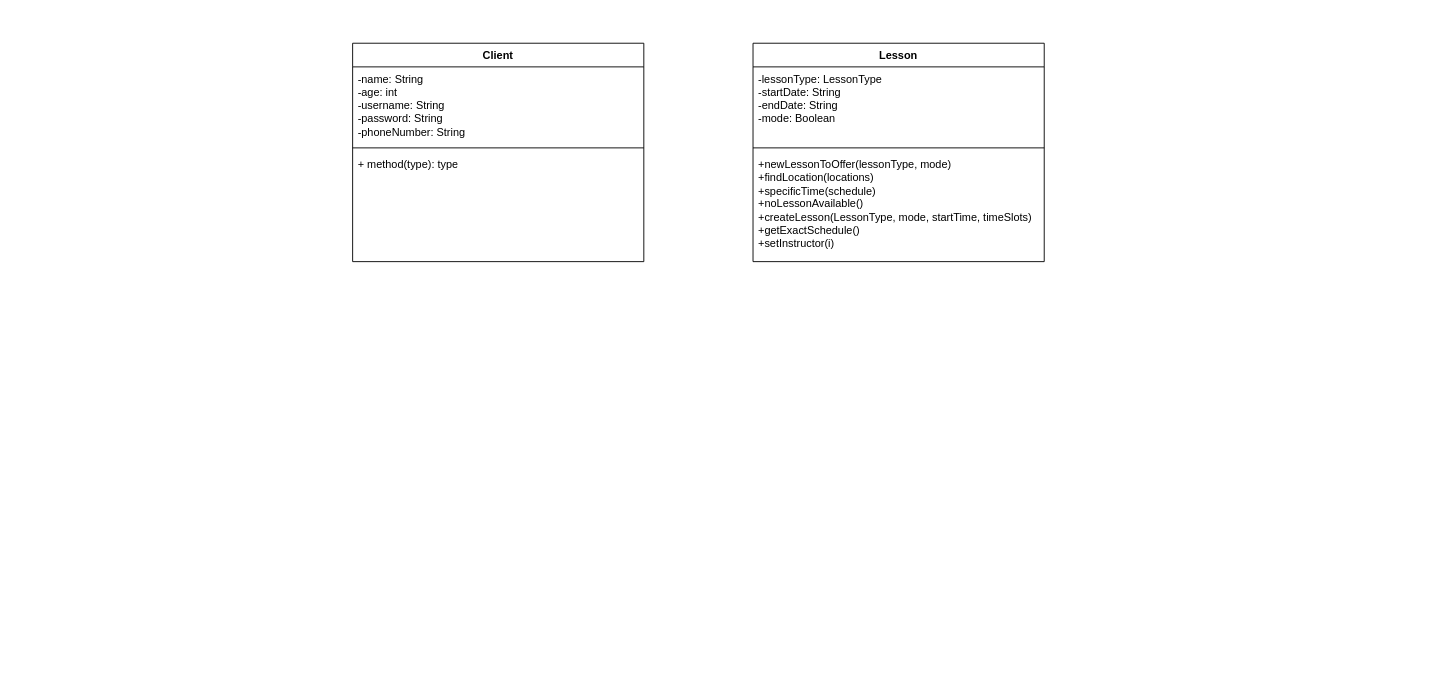
Earlier version of the draw.io diagram Diagrams/ClassDiagram.drawio (JeremyCrete/Soen342-JeremyCrete-DominicEmond). Source tidied: cells renumbered, new cells numbered last; positions are measured from the earlier drawing's top-left corner, leaving out a move shared by most shapes. Both pictures are drawn from the tidied source at 91%, with x=0, y=0 at pixel (352, 43).
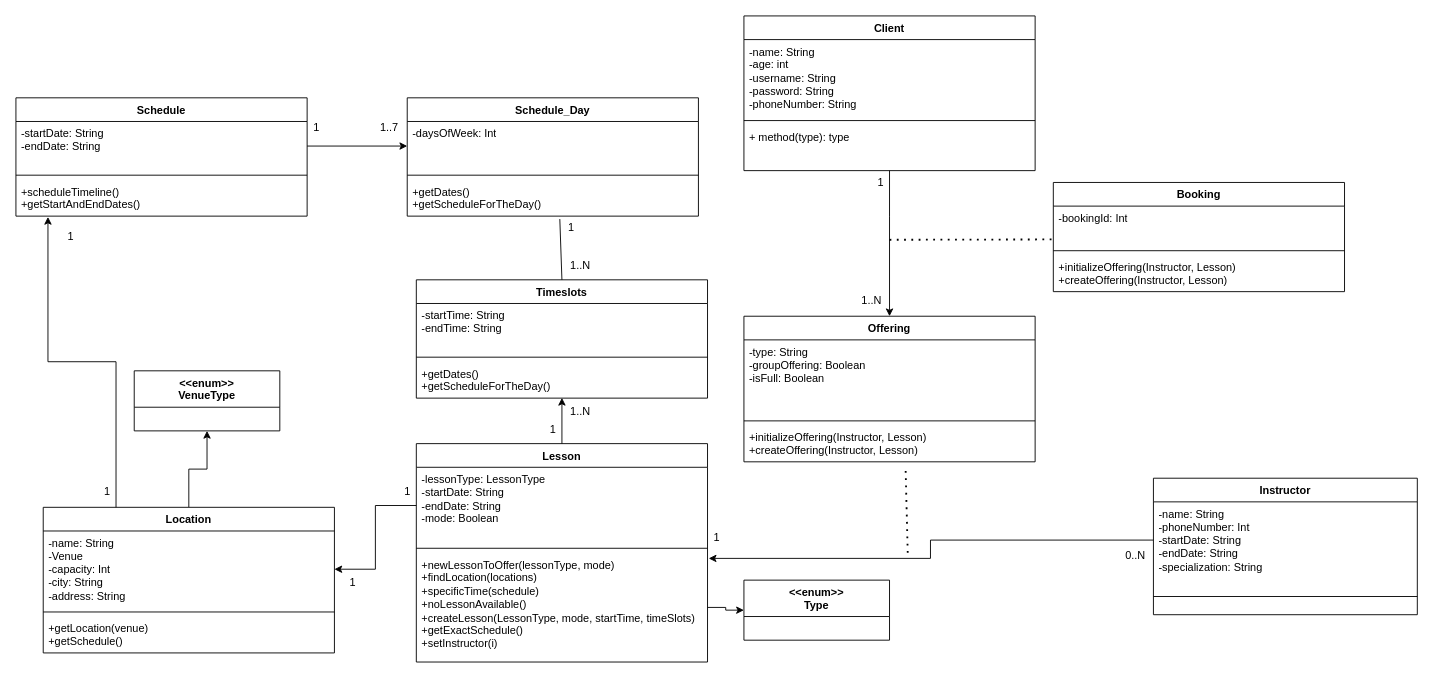
After the change.

Unchanged cells that the change refers to:
```xml
<mxCell id="7" value="-lessonType: LessonType&lt;div&gt;-startDate: String&lt;/div&gt;&lt;div&gt;-endDate: String&lt;br&gt;&lt;div&gt;-mode: Boolean&lt;/div&gt;&lt;/div&gt;" style="text;strokeColor=none;fillColor=none;align=left;verticalAlign=top;spacingLeft=4;spacingRight=4;overflow=hidden;points=[[0,0.5],[1,0.5]];portConstraint=eastwest;whiteSpace=wrap;html=1;" parent="6" vertex="1">
  <mxGeometry y="26" width="320" height="84" as="geometry" />
</mxCell>
<mxCell id="9" value="+newLessonToOffer(lessonType, mode)&lt;div&gt;+findLocation(locations)&lt;/div&gt;&lt;div&gt;+specificTime(schedule)&lt;/div&gt;&lt;div&gt;+noLessonAvailable()&lt;/div&gt;&lt;div&gt;+createLesson(LessonType, mode, startTime, timeSlots)&lt;/div&gt;&lt;div&gt;+getExactSchedule()&lt;/div&gt;&lt;div&gt;+setInstructor(i)&lt;/div&gt;" style="text;strokeColor=none;fillColor=none;align=left;verticalAlign=top;spacingLeft=4;spacingRight=4;overflow=hidden;points=[[0,0.5],[1,0.5]];portConstraint=eastwest;whiteSpace=wrap;html=1;" parent="6" vertex="1">
  <mxGeometry y="120" width="320" height="120" as="geometry" />
</mxCell>
```

Diff of the diagram source:
```diff
@@
+    <mxCell id="10" style="edgeStyle=orthogonalEdgeStyle;rounded=0;jettySize=auto;html=1;entryX=0.5;entryY=0;entryDx=0;entryDy=0;" parent="1" edge="1" source="2" target="20">
+      <mxGeometry relative="1" as="geometry">
+        <Array as="points">
+          <mxPoint x="590" y="190" />
+          <mxPoint x="590" y="190" />
+        </Array>
+      </mxGeometry>
+    </mxCell>
     <mxCell id="2" value="Client" style="swimlane;fontStyle=1;align=center;verticalAlign=top;horizontal=1;startSize=26;whiteSpace=wrap;html=1;" parent="1" vertex="1">
-      <mxGeometry width="320" height="240" as="geometry" />
+      <mxGeometry x="430" y="-30" width="320" height="170" as="geometry" />
     </mxCell>
@@
     <mxCell id="5" value="+ method(type): type" style="text;strokeColor=none;fillColor=none;align=left;verticalAlign=top;spacingLeft=4;spacingRight=4;overflow=hidden;whiteSpace=wrap;html=1;" parent="2" vertex="1">
-      <mxGeometry y="120" width="320" height="120" as="geometry" />
+      <mxGeometry y="120" width="320" height="50" as="geometry" />
     </mxCell>
     <mxCell id="6" value="Lesson" style="swimlane;fontStyle=1;align=center;verticalAlign=top;horizontal=1;startSize=26;whiteSpace=wrap;html=1;" parent="1" vertex="1">
-      <mxGeometry x="440" width="320" height="240" as="geometry" />
+      <mxGeometry x="70" y="440" width="320" height="240" as="geometry" />
     </mxCell>
@@
+    <mxCell id="11" style="edgeStyle=orthogonalEdgeStyle;rounded=0;jettySize=auto;html=1;exitX=0.5;exitY=0;exitDx=0;exitDy=0;entryX=0.5;entryY=1;entryDx=0;entryDy=0;" parent="1" edge="1" source="12" target="24">
+      <mxGeometry relative="1" as="geometry" />
+    </mxCell>
+    <mxCell id="12" value="Location" style="swimlane;fontStyle=1;align=center;verticalAlign=top;horizontal=1;startSize=26;whiteSpace=wrap;html=1;" parent="1" vertex="1">
+      <mxGeometry x="-340" y="510" width="320" height="160" as="geometry" />
+    </mxCell>
+    <mxCell id="13" value="-name: String&lt;div&gt;-Venue&lt;/div&gt;&lt;div&gt;-capacity: Int&lt;br&gt;&lt;div&gt;-city: String&lt;br&gt;&lt;div&gt;-address: String&lt;/div&gt;&lt;/div&gt;&lt;/div&gt;" style="text;strokeColor=none;fillColor=none;align=left;verticalAlign=top;spacingLeft=4;spacingRight=4;overflow=hidden;points=[[0,0.5],[1,0.5]];portConstraint=eastwest;whiteSpace=wrap;html=1;" parent="12" vertex="1">
+      <mxGeometry y="26" width="320" height="84" as="geometry" />
+    </mxCell>
+    <mxCell id="14" style="line;strokeWidth=1;fillColor=none;align=left;verticalAlign=middle;spacingTop=-1;spacingLeft=3;spacingRight=3;labelPosition=right;strokeColor=inherit;" parent="12" vertex="1">
+      <mxGeometry y="110" width="320" height="10" as="geometry" />
+    </mxCell>
+    <mxCell id="15" value="+getLocation(venue)&lt;div&gt;+getSchedule()&lt;/div&gt;" style="text;strokeColor=none;fillColor=none;align=left;verticalAlign=top;spacingLeft=4;spacingRight=4;overflow=hidden;whiteSpace=wrap;html=1;" parent="12" vertex="1">
+      <mxGeometry y="120" width="320" height="40" as="geometry" />
+    </mxCell>
+    <mxCell id="16" value="Booking" style="swimlane;fontStyle=1;align=center;verticalAlign=top;horizontal=1;startSize=26;whiteSpace=wrap;html=1;" parent="1" vertex="1">
+      <mxGeometry x="770" y="153" width="320" height="120" as="geometry" />
+    </mxCell>
+    <mxCell id="17" value="-bookingId: Int" style="text;strokeColor=none;fillColor=none;align=left;verticalAlign=top;spacingLeft=4;spacingRight=4;overflow=hidden;points=[[0,0.5],[1,0.5]];portConstraint=eastwest;whiteSpace=wrap;html=1;" parent="16" vertex="1">
+      <mxGeometry y="26" width="320" height="44" as="geometry" />
+    </mxCell>
+    <mxCell id="18" style="line;strokeWidth=1;fillColor=none;align=left;verticalAlign=middle;spacingTop=-1;spacingLeft=3;spacingRight=3;labelPosition=right;strokeColor=inherit;" parent="16" vertex="1">
+      <mxGeometry y="70" width="320" height="10" as="geometry" />
+    </mxCell>
+    <mxCell id="19" value="+initializeOffering(Instructor, Lesson)&lt;div&gt;+createOffering(Instructor, Lesson)&lt;/div&gt;" style="text;strokeColor=none;fillColor=none;align=left;verticalAlign=top;spacingLeft=4;spacingRight=4;overflow=hidden;whiteSpace=wrap;html=1;" parent="16" vertex="1">
+      <mxGeometry y="80" width="320" height="40" as="geometry" />
+    </mxCell>
+    <mxCell id="20" value="Offering" style="swimlane;fontStyle=1;align=center;verticalAlign=top;horizontal=1;startSize=26;whiteSpace=wrap;html=1;" parent="1" vertex="1">
+      <mxGeometry x="430" y="300" width="320" height="160" as="geometry" />
+    </mxCell>
+    <mxCell id="21" value="-type: String&lt;div&gt;-groupOffering: Boolean&lt;/div&gt;&lt;div&gt;-isFull: Boolean&lt;/div&gt;" style="text;strokeColor=none;fillColor=none;align=left;verticalAlign=top;spacingLeft=4;spacingRight=4;overflow=hidden;whiteSpace=wrap;html=1;" parent="20" vertex="1">
+      <mxGeometry y="26" width="320" height="84" as="geometry" />
+    </mxCell>
+    <mxCell id="22" style="line;strokeWidth=1;fillColor=none;align=left;verticalAlign=middle;spacingTop=-1;spacingLeft=3;spacingRight=3;labelPosition=right;strokeColor=inherit;" parent="20" vertex="1">
+      <mxGeometry y="110" width="320" height="10" as="geometry" />
+    </mxCell>
+    <mxCell id="23" value="+initializeOffering(Instructor, Lesson)&lt;div&gt;+createOffering(Instructor, Lesson)&lt;/div&gt;" style="text;strokeColor=none;fillColor=none;align=left;verticalAlign=top;spacingLeft=4;spacingRight=4;overflow=hidden;points=[[0,0.5],[1,0.5]];portConstraint=eastwest;whiteSpace=wrap;html=1;" parent="20" vertex="1">
+      <mxGeometry y="120" width="320" height="40" as="geometry" />
+    </mxCell>
+    <mxCell id="24" value="&amp;lt;&amp;lt;enum&amp;gt;&amp;gt;&lt;div&gt;VenueType&lt;br&gt;&lt;/div&gt;" style="swimlane;fontStyle=1;align=center;verticalAlign=top;horizontal=1;startSize=40;whiteSpace=wrap;html=1;" parent="1" vertex="1">
+      <mxGeometry x="-240" y="360" width="160" height="66" as="geometry" />
+    </mxCell>
+    <mxCell id="25" style="edgeStyle=orthogonalEdgeStyle;rounded=0;jettySize=auto;html=1;exitX=0;exitY=0.5;exitDx=0;exitDy=0;entryX=1;entryY=0.5;entryDx=0;entryDy=0;" parent="1" edge="1" source="7" target="13">
+      <mxGeometry relative="1" as="geometry" />
+    </mxCell>
+    <mxCell id="26" value="Schedule" style="swimlane;fontStyle=1;align=center;verticalAlign=top;horizontal=1;startSize=26;whiteSpace=wrap;html=1;" parent="1" vertex="1">
+      <mxGeometry x="-370" y="60" width="320" height="130" as="geometry" />
+    </mxCell>
+    <mxCell id="27" value="-startDate: String&lt;div&gt;-endDate: String&lt;/div&gt;" style="text;strokeColor=none;fillColor=none;align=left;verticalAlign=top;spacingLeft=4;spacingRight=4;overflow=hidden;points=[[0,0.5],[1,0.5]];portConstraint=eastwest;whiteSpace=wrap;html=1;" parent="26" vertex="1">
+      <mxGeometry y="26" width="320" height="54" as="geometry" />
+    </mxCell>
+    <mxCell id="28" style="line;strokeWidth=1;fillColor=none;align=left;verticalAlign=middle;spacingTop=-1;spacingLeft=3;spacingRight=3;labelPosition=right;strokeColor=inherit;" parent="26" vertex="1">
+      <mxGeometry y="80" width="320" height="10" as="geometry" />
+    </mxCell>
+    <mxCell id="29" value="+scheduleTimeline()&lt;div&gt;+getStartAndEndDates()&lt;/div&gt;" style="text;strokeColor=none;fillColor=none;align=left;verticalAlign=top;spacingLeft=4;spacingRight=4;overflow=hidden;points=[[0,0.5],[1,0.5]];portConstraint=eastwest;whiteSpace=wrap;html=1;" parent="26" vertex="1">
+      <mxGeometry y="90" width="320" height="40" as="geometry" />
+    </mxCell>
+    <mxCell id="30" value="Schedule_Day" style="swimlane;fontStyle=1;align=center;verticalAlign=top;horizontal=1;startSize=26;whiteSpace=wrap;html=1;" parent="1" vertex="1">
+      <mxGeometry x="60" y="60" width="320" height="130" as="geometry" />
+    </mxCell>
+    <mxCell id="31" value="-daysOfWeek: Int" style="text;strokeColor=none;fillColor=none;align=left;verticalAlign=top;spacingLeft=4;spacingRight=4;overflow=hidden;points=[[0,0.5],[1,0.5]];portConstraint=eastwest;whiteSpace=wrap;html=1;" parent="30" vertex="1">
+      <mxGeometry y="26" width="320" height="54" as="geometry" />
+    </mxCell>
+    <mxCell id="32" style="line;strokeWidth=1;fillColor=none;align=left;verticalAlign=middle;spacingTop=-1;spacingLeft=3;spacingRight=3;labelPosition=right;strokeColor=inherit;" parent="30" vertex="1">
+      <mxGeometry y="80" width="320" height="10" as="geometry" />
+    </mxCell>
+    <mxCell id="33" value="+getDates()&lt;div&gt;+getScheduleForTheDay()&lt;/div&gt;" style="text;strokeColor=none;fillColor=none;align=left;verticalAlign=top;spacingLeft=4;spacingRight=4;overflow=hidden;points=[[0,0.5],[1,0.5]];portConstraint=eastwest;whiteSpace=wrap;html=1;" parent="30" vertex="1">
+      <mxGeometry y="90" width="320" height="40" as="geometry" />
+    </mxCell>
+    <mxCell id="34" style="edgeStyle=orthogonalEdgeStyle;rounded=0;jettySize=auto;html=1;exitX=0.25;exitY=0;exitDx=0;exitDy=0;entryX=0.11;entryY=1.022;entryDx=0;entryDy=0;entryPerimeter=0;" parent="1" edge="1" source="12" target="29">
+      <mxGeometry relative="1" as="geometry" />
+    </mxCell>
+    <mxCell id="35" value="1" style="text;html=1;align=center;verticalAlign=middle;strokeColor=none;fillColor=none;" parent="1" vertex="1">
+      <mxGeometry x="-325" y="198" width="30" height="30" as="geometry" />
+    </mxCell>
+    <mxCell id="36" value="1" style="text;html=1;align=center;verticalAlign=middle;strokeColor=none;fillColor=none;" parent="1" vertex="1">
+      <mxGeometry x="-285" y="478" width="30" height="30" as="geometry" />
+    </mxCell>
+    <mxCell id="37" value="1" style="text;html=1;align=center;verticalAlign=middle;strokeColor=none;fillColor=none;" parent="1" vertex="1">
+      <mxGeometry x="-15" y="578" width="30" height="30" as="geometry" />
+    </mxCell>
+    <mxCell id="38" value="1" style="text;html=1;align=center;verticalAlign=middle;strokeColor=none;fillColor=none;" parent="1" vertex="1">
+      <mxGeometry x="45" y="478" width="30" height="30" as="geometry" />
+    </mxCell>
+    <mxCell id="39" style="edgeStyle=orthogonalEdgeStyle;rounded=0;jettySize=auto;html=1;exitX=1;exitY=0.5;exitDx=0;exitDy=0;" parent="1" edge="1" source="27" target="31">
+      <mxGeometry relative="1" as="geometry" />
+    </mxCell>
+    <mxCell id="40" value="1" style="text;html=1;align=center;verticalAlign=middle;strokeColor=none;fillColor=none;" parent="1" vertex="1">
+      <mxGeometry x="-55" y="78" width="30" height="30" as="geometry" />
+    </mxCell>
+    <mxCell id="41" value="1..7" style="text;html=1;align=center;verticalAlign=middle;strokeColor=none;fillColor=none;" parent="1" vertex="1">
+      <mxGeometry x="20" y="78" width="40" height="30" as="geometry" />
+    </mxCell>
+    <mxCell id="42" value="Timeslots" style="swimlane;fontStyle=1;align=center;verticalAlign=top;horizontal=1;startSize=26;whiteSpace=wrap;html=1;" parent="1" vertex="1">
+      <mxGeometry x="70" y="260" width="320" height="130" as="geometry" />
+    </mxCell>
+    <mxCell id="43" value="-startTime: String&lt;div&gt;-endTime: String&lt;/div&gt;" style="text;strokeColor=none;fillColor=none;align=left;verticalAlign=top;spacingLeft=4;spacingRight=4;overflow=hidden;whiteSpace=wrap;html=1;" parent="42" vertex="1">
+      <mxGeometry y="26" width="320" height="54" as="geometry" />
+    </mxCell>
+    <mxCell id="44" style="line;strokeWidth=1;fillColor=none;align=left;verticalAlign=middle;spacingTop=-1;spacingLeft=3;spacingRight=3;labelPosition=right;strokeColor=inherit;" parent="42" vertex="1">
+      <mxGeometry y="80" width="320" height="10" as="geometry" />
+    </mxCell>
+    <mxCell id="45" value="+getDates()&lt;div&gt;+getScheduleForTheDay()&lt;/div&gt;" style="text;strokeColor=none;fillColor=none;align=left;verticalAlign=top;spacingLeft=4;spacingRight=4;overflow=hidden;points=[[0,0.5],[1,0.5]];portConstraint=eastwest;whiteSpace=wrap;html=1;" parent="42" vertex="1">
+      <mxGeometry y="90" width="320" height="40" as="geometry" />
+    </mxCell>
+    <mxCell id="46" style="endArrow=none;html=1;rounded=0;exitX=0.5;exitY=0;exitDx=0;exitDy=0;entryX=0.524;entryY=1.081;entryDx=0;entryDy=0;entryPerimeter=0;" parent="1" edge="1" source="42" target="33">
+      <mxGeometry relative="1" as="geometry" />
+    </mxCell>
+    <mxCell id="47" value="1..N" style="text;html=1;align=center;verticalAlign=middle;strokeColor=none;fillColor=none;" parent="1" vertex="1">
+      <mxGeometry x="225" y="230" width="50" height="30" as="geometry" />
+    </mxCell>
+    <mxCell id="48" value="1" style="text;html=1;align=center;verticalAlign=middle;strokeColor=none;fillColor=none;" parent="1" vertex="1">
+      <mxGeometry x="225" y="188" width="30" height="30" as="geometry" />
+    </mxCell>
+    <mxCell id="49" style="edgeStyle=orthogonalEdgeStyle;rounded=0;jettySize=auto;html=1;exitX=0.5;exitY=0;exitDx=0;exitDy=0;entryX=0.5;entryY=0.993;entryDx=0;entryDy=0;entryPerimeter=0;" parent="1" edge="1" source="6" target="45">
+      <mxGeometry relative="1" as="geometry" />
+    </mxCell>
+    <mxCell id="50" value="1..N" style="text;html=1;align=center;verticalAlign=middle;strokeColor=none;fillColor=none;" parent="1" vertex="1">
+      <mxGeometry x="225" y="390" width="50" height="30" as="geometry" />
+    </mxCell>
+    <mxCell id="51" value="1" style="text;html=1;align=center;verticalAlign=middle;strokeColor=none;fillColor=none;" parent="1" vertex="1">
+      <mxGeometry x="205" y="410" width="30" height="30" as="geometry" />
+    </mxCell>
+    <mxCell id="52" value="&amp;lt;&amp;lt;enum&amp;gt;&amp;gt;&lt;div&gt;Type&lt;/div&gt;" style="swimlane;fontStyle=1;align=center;verticalAlign=top;horizontal=1;startSize=40;whiteSpace=wrap;html=1;" parent="1" vertex="1">
+      <mxGeometry x="430" y="590" width="160" height="66" as="geometry" />
+    </mxCell>
+    <mxCell id="53" style="edgeStyle=orthogonalEdgeStyle;rounded=0;jettySize=auto;html=1;exitX=1;exitY=0.5;exitDx=0;exitDy=0;entryX=0;entryY=0.5;entryDx=0;entryDy=0;" parent="1" edge="1" source="9" target="52">
+      <mxGeometry relative="1" as="geometry" />
+    </mxCell>
+    <mxCell id="54" value="1" style="text;html=1;align=center;verticalAlign=middle;strokeColor=none;fillColor=none;" parent="1" vertex="1">
+      <mxGeometry x="565" y="138" width="30" height="30" as="geometry" />
+    </mxCell>
+    <mxCell id="55" value="1..N" style="text;html=1;align=center;verticalAlign=middle;strokeColor=none;fillColor=none;" parent="1" vertex="1">
+      <mxGeometry x="545" y="268" width="50" height="30" as="geometry" />
+    </mxCell>
+    <mxCell id="56" style="endArrow=none;dashed=1;html=1;dashPattern=1 3;strokeWidth=2;rounded=0;entryX=-0.004;entryY=0.832;entryDx=0;entryDy=0;entryPerimeter=0;" parent="1" edge="1" target="17">
+      <mxGeometry relative="1" as="geometry">
+        <mxPoint x="590" y="216" as="sourcePoint" />
+      </mxGeometry>
+    </mxCell>
+    <mxCell id="57" value="Instructor" style="swimlane;fontStyle=1;align=center;verticalAlign=top;horizontal=1;startSize=26;whiteSpace=wrap;html=1;" parent="1" vertex="1">
+      <mxGeometry x="880" y="478" width="290" height="150" as="geometry" />
+    </mxCell>
+    <mxCell id="58" value="-name: String&lt;div&gt;-phoneNumber: Int&lt;/div&gt;&lt;div&gt;-startDate: String&lt;/div&gt;&lt;div&gt;-endDate: String&lt;/div&gt;&lt;div&gt;-specialization: String&lt;/div&gt;" style="text;strokeColor=none;fillColor=none;align=left;verticalAlign=top;spacingLeft=4;spacingRight=4;overflow=hidden;points=[[0,0.5],[1,0.5]];portConstraint=eastwest;whiteSpace=wrap;html=1;" parent="57" vertex="1">
+      <mxGeometry y="26" width="290" height="84" as="geometry" />
+    </mxCell>
+    <mxCell id="59" style="line;strokeWidth=1;fillColor=none;align=left;verticalAlign=middle;spacingTop=-1;spacingLeft=3;spacingRight=3;labelPosition=right;strokeColor=inherit;" parent="57" vertex="1">
+      <mxGeometry y="110" width="290" height="40" as="geometry" />
+    </mxCell>
+    <mxCell id="60" value="0..N" style="text;html=1;align=center;verticalAlign=middle;strokeColor=none;fillColor=none;" parent="1" vertex="1">
+      <mxGeometry x="835" y="548" width="50" height="30" as="geometry" />
+    </mxCell>
+    <mxCell id="61" value="1" style="text;html=1;align=center;verticalAlign=middle;strokeColor=none;fillColor=none;" parent="1" vertex="1">
+      <mxGeometry x="385" y="528" width="30" height="30" as="geometry" />
+    </mxCell>
+    <mxCell id="62" style="endArrow=none;dashed=1;html=1;dashPattern=1 3;strokeWidth=2;rounded=0;entryX=0.555;entryY=1.125;entryDx=0;entryDy=0;entryPerimeter=0;" parent="1" edge="1" target="23">
+      <mxGeometry relative="1" as="geometry">
+        <mxPoint x="610" y="560" as="sourcePoint" />
+      </mxGeometry>
+    </mxCell>
+    <mxCell id="63" style="edgeStyle=orthogonalEdgeStyle;rounded=0;jettySize=auto;html=1;entryX=1.004;entryY=0.051;entryDx=0;entryDy=0;entryPerimeter=0;" parent="1" edge="1" source="58" target="9">
+      <mxGeometry relative="1" as="geometry" />
+    </mxCell>
```
